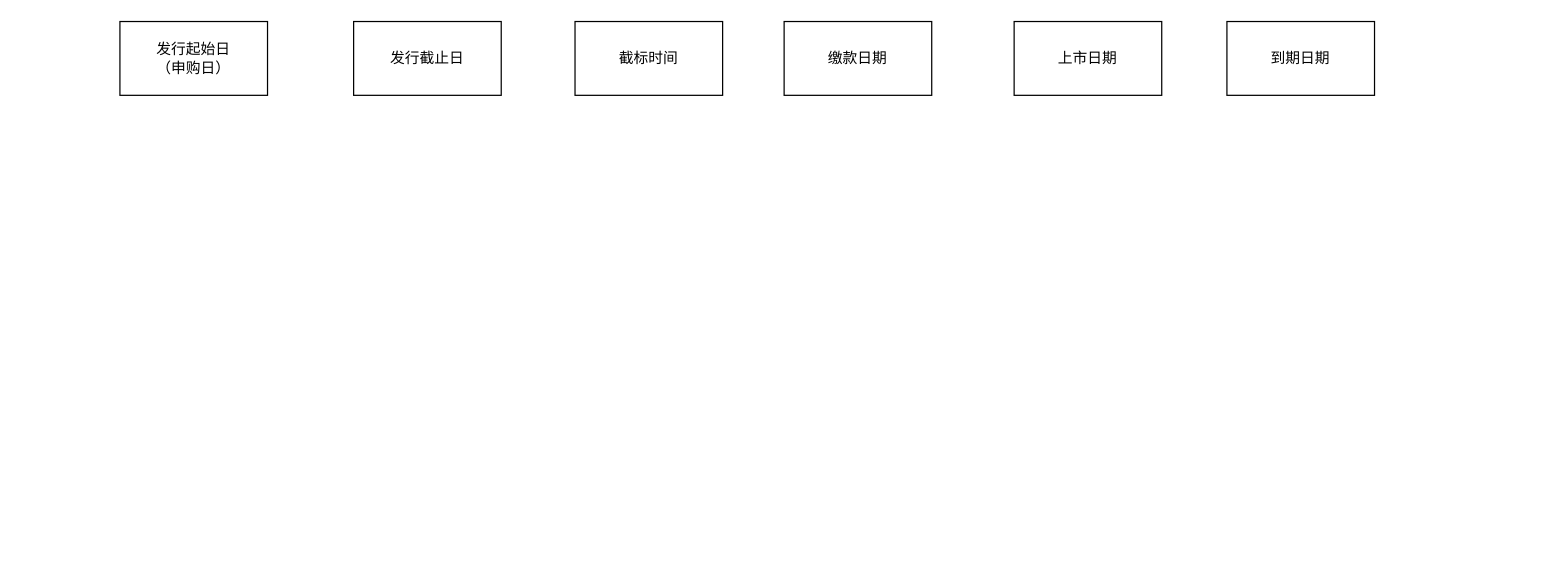
happinessandlove/Pic keeps this draw.io diagram as drawio/债券分销-时间维度.drawio. Above is the earlier version. Source tidied: cells renumbered, new cells numbered last; positions are measured from the earlier drawing's top-left corner, leaving out a move shared by most shapes. Both pictures are drawn from the tidied source at 123%, with x=0, y=0 at pixel (119, 21).
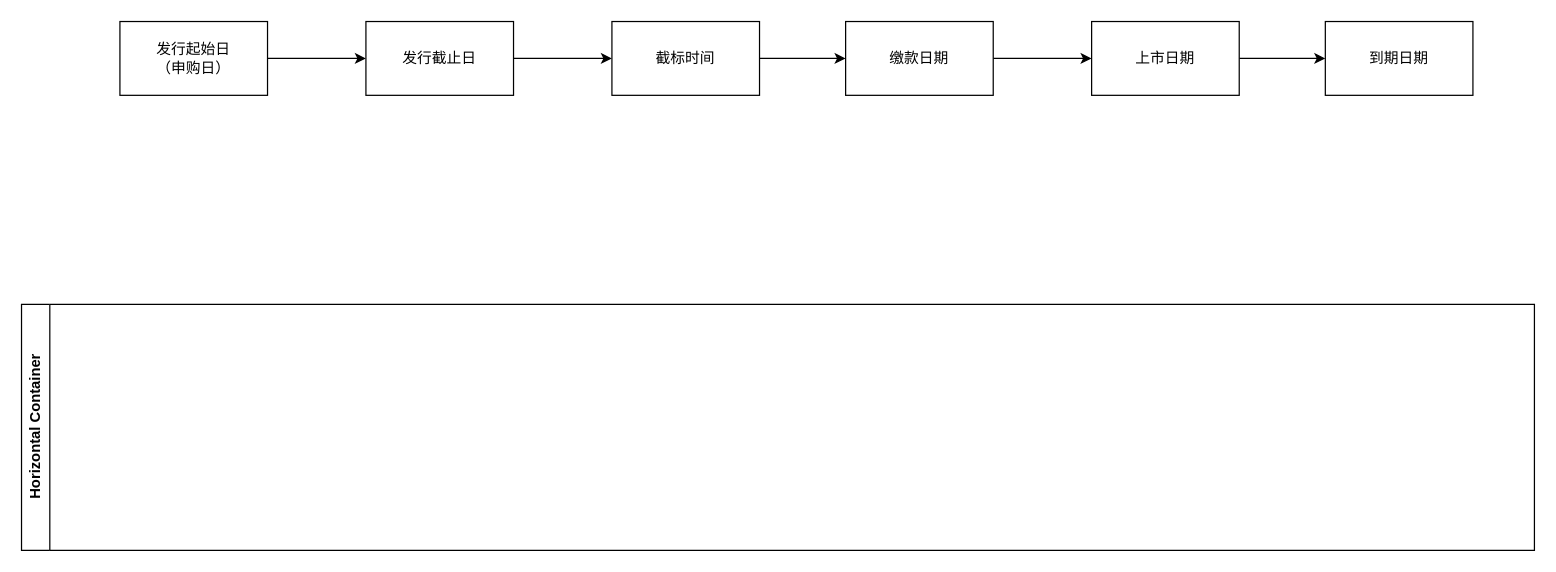
The same diagram, later.

Commit message (it also covers changes not shown here):
Update 债券分销-时间维度.drawio

Change to the diagram source:
```diff
@@
 <mxGraphModel>
   <root>
     <mxCell id="0" />
     <mxCell id="1" parent="0" />
+    <mxCell id="8" style="edgeStyle=orthogonalEdgeStyle;rounded=0;jettySize=auto;html=1;" parent="1" edge="1" source="2" target="3">
+      <mxGeometry relative="1" as="geometry" />
+    </mxCell>
     <mxCell id="2" value="发行起始日&lt;br&gt;（申购日）" style="rounded=0;whiteSpace=wrap;html=1;" parent="1" vertex="1">
       <mxGeometry width="120" height="60" as="geometry" />
     </mxCell>
+    <mxCell id="9" style="edgeStyle=orthogonalEdgeStyle;rounded=0;jettySize=auto;html=1;" parent="1" edge="1" source="3" target="4">
+      <mxGeometry relative="1" as="geometry" />
+    </mxCell>
     <mxCell id="3" value="发行截止日" style="rounded=0;whiteSpace=wrap;html=1;" parent="1" vertex="1">
-      <mxGeometry x="190" width="120" height="60" as="geometry" />
+      <mxGeometry x="200" width="120" height="60" as="geometry" />
     </mxCell>
+    <mxCell id="10" style="edgeStyle=orthogonalEdgeStyle;rounded=0;jettySize=auto;html=1;" parent="1" edge="1" source="4" target="5">
+      <mxGeometry relative="1" as="geometry" />
+    </mxCell>
     <mxCell id="4" value="截标时间" style="rounded=0;whiteSpace=wrap;html=1;" parent="1" vertex="1">
-      <mxGeometry x="370" width="120" height="60" as="geometry" />
+      <mxGeometry x="400" width="120" height="60" as="geometry" />
     </mxCell>
+    <mxCell id="11" style="edgeStyle=orthogonalEdgeStyle;rounded=0;jettySize=auto;html=1;" parent="1" edge="1" source="5" target="6">
+      <mxGeometry relative="1" as="geometry" />
+    </mxCell>
     <mxCell id="5" value="缴款日期" style="rounded=0;whiteSpace=wrap;html=1;" parent="1" vertex="1">
-      <mxGeometry x="540" width="120" height="60" as="geometry" />
+      <mxGeometry x="590" width="120" height="60" as="geometry" />
     </mxCell>
+    <mxCell id="12" style="edgeStyle=orthogonalEdgeStyle;rounded=0;jettySize=auto;html=1;" parent="1" edge="1" source="6" target="7">
+      <mxGeometry relative="1" as="geometry" />
+    </mxCell>
     <mxCell id="6" value="上市日期" style="rounded=0;whiteSpace=wrap;html=1;" parent="1" vertex="1">
-      <mxGeometry x="727" width="120" height="60" as="geometry" />
+      <mxGeometry x="790" width="120" height="60" as="geometry" />
     </mxCell>
     <mxCell id="7" value="到期日期" style="rounded=0;whiteSpace=wrap;html=1;" parent="1" vertex="1">
-      <mxGeometry x="900" width="120" height="60" as="geometry" />
+      <mxGeometry x="980" width="120" height="60" as="geometry" />
     </mxCell>
+    <mxCell id="13" value="Horizontal Container" style="swimlane;horizontal=0;whiteSpace=wrap;html=1;" parent="1" vertex="1">
+      <mxGeometry x="-80" y="230" width="1230" height="200" as="geometry" />
+    </mxCell>
   </root>
 </mxGraphModel>
```
